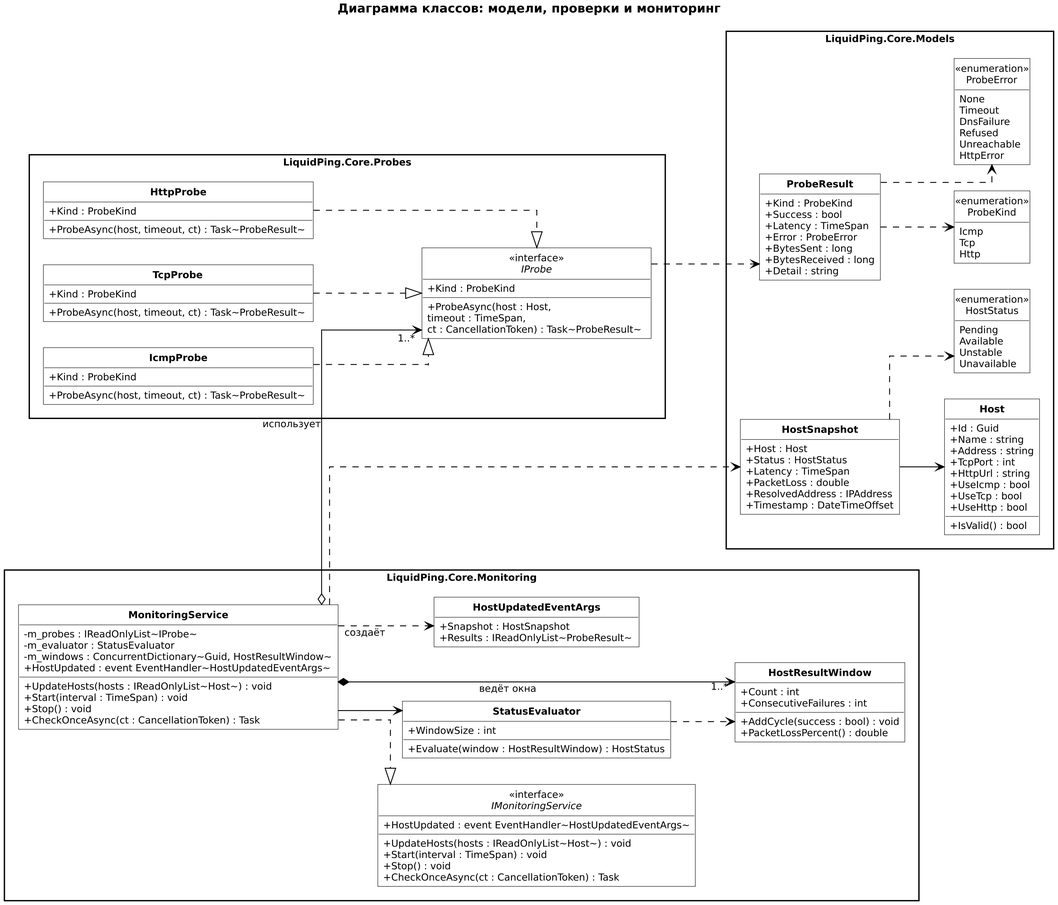
Before: docs/uml/img/class-monitoring.png, a diagram exported from PlantUML (Levandovskii/liquid-ping). Its source is kept beside it as docs/uml/src/class-monitoring.puml.
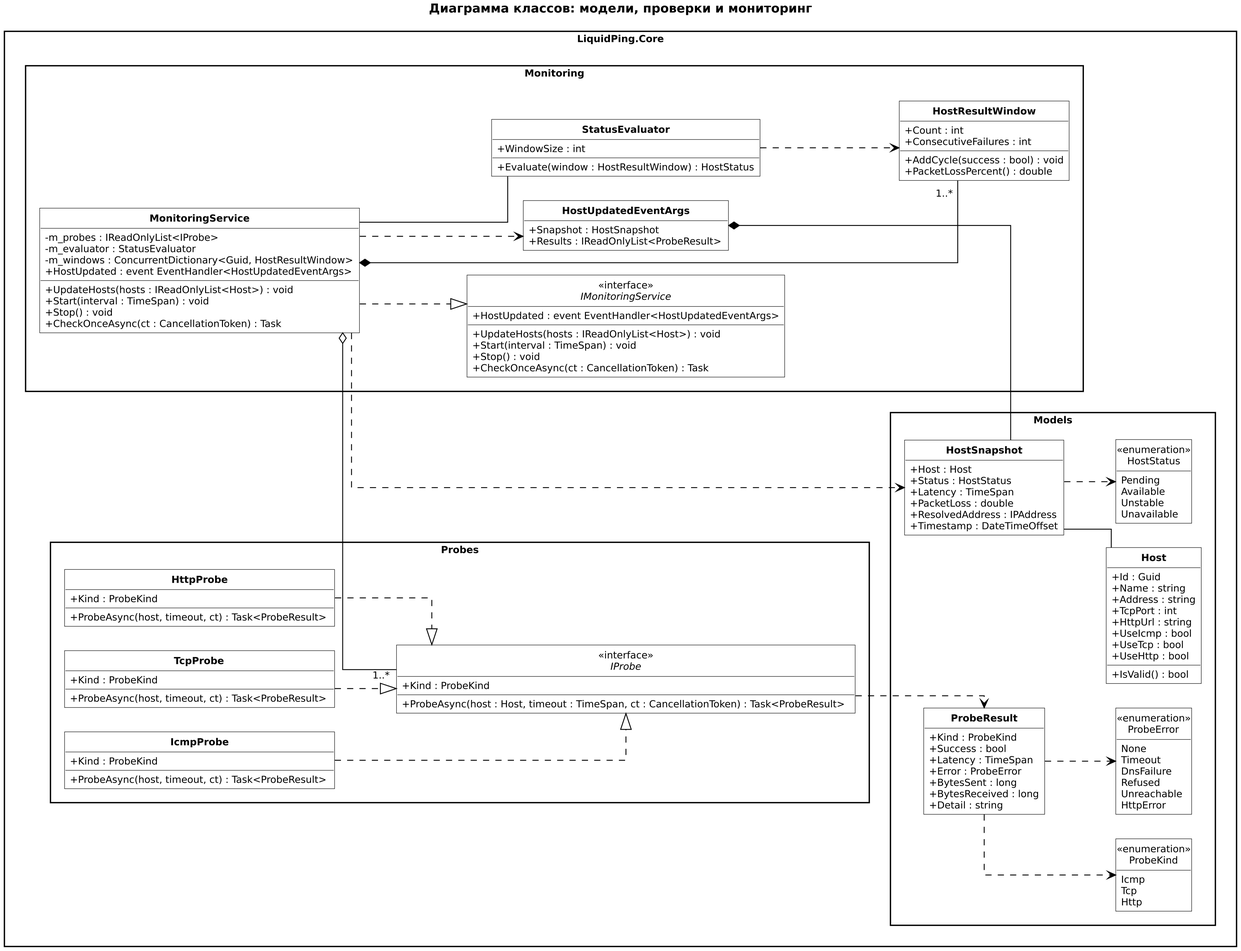
After the commit.

Change to the diagram source:
```diff
@@ -1,13 +1,14 @@
 @startuml
 set separator none
+left to right direction
 skinparam monochrome false
 skinparam shadowing false
 skinparam classAttributeIconSize 0
 skinparam defaultFontName "DejaVu Sans"
 skinparam defaultFontSize 11
 skinparam packageStyle rectangle
-skinparam nodesep 30
-skinparam ranksep 45
+skinparam nodesep 28
+skinparam ranksep 42
 skinparam ArrowColor #000000
 skinparam classBackgroundColor #FFFFFF
 skinparam classBorderColor #000000
@@ -17,128 +18,127 @@
 skinparam stereotypeCBackgroundColor #FFFFFF
 skinparam packageBackgroundColor #FFFFFF
 skinparam packageBorderColor #000000
-skinparam noteBackgroundColor #FFFFFF
-skinparam noteBorderColor #000000
 skinparam linetype ortho
 skinparam roundCorner 0
 hide empty members
 hide circle
 
-left to right direction
 title Диаграмма классов: модели, проверки и мониторинг
 
-package "LiquidPing.Core.Models" {
-  class "**Host**" as Host {
-    +Id : Guid
-    +Name : string
-    +Address : string
-    +TcpPort : int
-    +HttpUrl : string
-    +UseIcmp : bool
-    +UseTcp : bool
-    +UseHttp : bool
-    +IsValid() : bool
+package "LiquidPing.Core" {
+  package "Models" {
+    class "**Host**" as Host {
+      +Id : Guid
+      +Name : string
+      +Address : string
+      +TcpPort : int
+      +HttpUrl : string
+      +UseIcmp : bool
+      +UseTcp : bool
+      +UseHttp : bool
+      +IsValid() : bool
+    }
+
+    class "**HostSnapshot**" as HostSnapshot {
+      +Host : Host
+      +Status : HostStatus
+      +Latency : TimeSpan
+      +PacketLoss : double
+      +ResolvedAddress : IPAddress
+      +Timestamp : DateTimeOffset
+    }
+
+    class "**ProbeResult**" as ProbeResult {
+      +Kind : ProbeKind
+      +Success : bool
+      +Latency : TimeSpan
+      +Error : ProbeError
+      +BytesSent : long
+      +BytesReceived : long
+      +Detail : string
+    }
+
+    enum "ProbeKind" as ProbeKind <<enumeration>> {
+      Icmp
+      Tcp
+      Http
+    }
+
+    enum "ProbeError" as ProbeError <<enumeration>> {
+      None
+      Timeout
+      DnsFailure
+      Refused
+      Unreachable
+      HttpError
+    }
+
+    enum "HostStatus" as HostStatus <<enumeration>> {
+      Pending
+      Available
+      Unstable
+      Unavailable
+    }
   }
 
-  class "**HostSnapshot**" as HostSnapshot {
-    +Host : Host
-    +Status : HostStatus
-    +Latency : TimeSpan
-    +PacketLoss : double
-    +ResolvedAddress : IPAddress
-    +Timestamp : DateTimeOffset
+  package "Probes" {
+    interface "IProbe" as IProbe <<interface>> {
+      +Kind : ProbeKind
+      +ProbeAsync(host : Host, timeout : TimeSpan, ct : CancellationToken) : Task<ProbeResult>
+    }
+
+    class "**IcmpProbe**" as IcmpProbe {
+      +Kind : ProbeKind
+      +ProbeAsync(host, timeout, ct) : Task<ProbeResult>
+    }
+
+    class "**TcpProbe**" as TcpProbe {
+      +Kind : ProbeKind
+      +ProbeAsync(host, timeout, ct) : Task<ProbeResult>
+    }
+
+    class "**HttpProbe**" as HttpProbe {
+      +Kind : ProbeKind
+      +ProbeAsync(host, timeout, ct) : Task<ProbeResult>
+    }
   }
 
-  class "**ProbeResult**" as ProbeResult {
-    +Kind : ProbeKind
-    +Success : bool
-    +Latency : TimeSpan
-    +Error : ProbeError
-    +BytesSent : long
-    +BytesReceived : long
-    +Detail : string
-  }
+  package "Monitoring" {
+    interface "IMonitoringService" as IMonitoringService <<interface>> {
+      +HostUpdated : event EventHandler<HostUpdatedEventArgs>
+      +UpdateHosts(hosts : IReadOnlyList<Host>) : void
+      +Start(interval : TimeSpan) : void
+      +Stop() : void
+      +CheckOnceAsync(ct : CancellationToken) : Task
+    }
 
-  enum "ProbeKind" as ProbeKind <<enumeration>> {
-    Icmp
-    Tcp
-    Http
-  }
+    class "**MonitoringService**" as MonitoringService {
+      -m_probes : IReadOnlyList<IProbe>
+      -m_evaluator : StatusEvaluator
+      -m_windows : ConcurrentDictionary<Guid, HostResultWindow>
+      +HostUpdated : event EventHandler<HostUpdatedEventArgs>
+      +UpdateHosts(hosts : IReadOnlyList<Host>) : void
+      +Start(interval : TimeSpan) : void
+      +Stop() : void
+      +CheckOnceAsync(ct : CancellationToken) : Task
+    }
 
-  enum "ProbeError" as ProbeError <<enumeration>> {
-    None
-    Timeout
-    DnsFailure
-    Refused
-    Unreachable
-    HttpError
-  }
+    class "**StatusEvaluator**" as StatusEvaluator {
+      +WindowSize : int
+      +Evaluate(window : HostResultWindow) : HostStatus
+    }
 
-  enum "HostStatus" as HostStatus <<enumeration>> {
-    Pending
-    Available
-    Unstable
-    Unavailable
-  }
-}
+    class "**HostResultWindow**" as HostResultWindow {
+      +Count : int
+      +ConsecutiveFailures : int
+      +AddCycle(success : bool) : void
+      +PacketLossPercent() : double
+    }
 
-package "LiquidPing.Core.Probes" {
-  interface "IProbe" as IProbe <<interface>> {
-    +Kind : ProbeKind
-    +ProbeAsync(host : Host,\ntimeout : TimeSpan,\nct : CancellationToken) : Task~ProbeResult~
-  }
-
-  class "**IcmpProbe**" as IcmpProbe {
-    +Kind : ProbeKind
-    +ProbeAsync(host, timeout, ct) : Task~ProbeResult~
-  }
-
-  class "**TcpProbe**" as TcpProbe {
-    +Kind : ProbeKind
-    +ProbeAsync(host, timeout, ct) : Task~ProbeResult~
-  }
-
-  class "**HttpProbe**" as HttpProbe {
-    +Kind : ProbeKind
-    +ProbeAsync(host, timeout, ct) : Task~ProbeResult~
-  }
-}
-
-package "LiquidPing.Core.Monitoring" {
-  interface "IMonitoringService" as IMonitoringService <<interface>> {
-    +HostUpdated : event EventHandler~HostUpdatedEventArgs~
-    +UpdateHosts(hosts : IReadOnlyList~Host~) : void
-    +Start(interval : TimeSpan) : void
-    +Stop() : void
-    +CheckOnceAsync(ct : CancellationToken) : Task
-  }
-
-  class "**MonitoringService**" as MonitoringService {
-    -m_probes : IReadOnlyList~IProbe~
-    -m_evaluator : StatusEvaluator
-    -m_windows : ConcurrentDictionary~Guid, HostResultWindow~
-    +HostUpdated : event EventHandler~HostUpdatedEventArgs~
-    +UpdateHosts(hosts : IReadOnlyList~Host~) : void
-    +Start(interval : TimeSpan) : void
-    +Stop() : void
-    +CheckOnceAsync(ct : CancellationToken) : Task
-  }
-
-  class "**StatusEvaluator**" as StatusEvaluator {
-    +WindowSize : int
-    +Evaluate(window : HostResultWindow) : HostStatus
-  }
-
-  class "**HostResultWindow**" as HostResultWindow {
-    +Count : int
-    +ConsecutiveFailures : int
-    +AddCycle(success : bool) : void
-    +PacketLossPercent() : double
-  }
-
-  class "**HostUpdatedEventArgs**" as HostUpdatedEventArgs {
-    +Snapshot : HostSnapshot
-    +Results : IReadOnlyList~ProbeResult~
+    class "**HostUpdatedEventArgs**" as HostUpdatedEventArgs {
+      +Snapshot : HostSnapshot
+      +Results : IReadOnlyList<ProbeResult>
+    }
   }
 }
 
@@ -147,14 +147,15 @@
 HttpProbe ..|> IProbe
 
 MonitoringService ..|> IMonitoringService
-MonitoringService o--> "1..*" IProbe : использует
-MonitoringService --> StatusEvaluator
-MonitoringService *--> "1..*" HostResultWindow : ведёт окна
-MonitoringService ..> HostUpdatedEventArgs : создаёт
+MonitoringService o-- "1..*" IProbe
+MonitoringService -- StatusEvaluator
+MonitoringService *-- "1..*" HostResultWindow
 MonitoringService ..> HostSnapshot
+MonitoringService ..> HostUpdatedEventArgs
+HostUpdatedEventArgs *-- HostSnapshot
 
 StatusEvaluator ..> HostResultWindow
-HostSnapshot --> Host
+HostSnapshot -- Host
 HostSnapshot ..> HostStatus
 ProbeResult ..> ProbeKind
 ProbeResult ..> ProbeError
```
